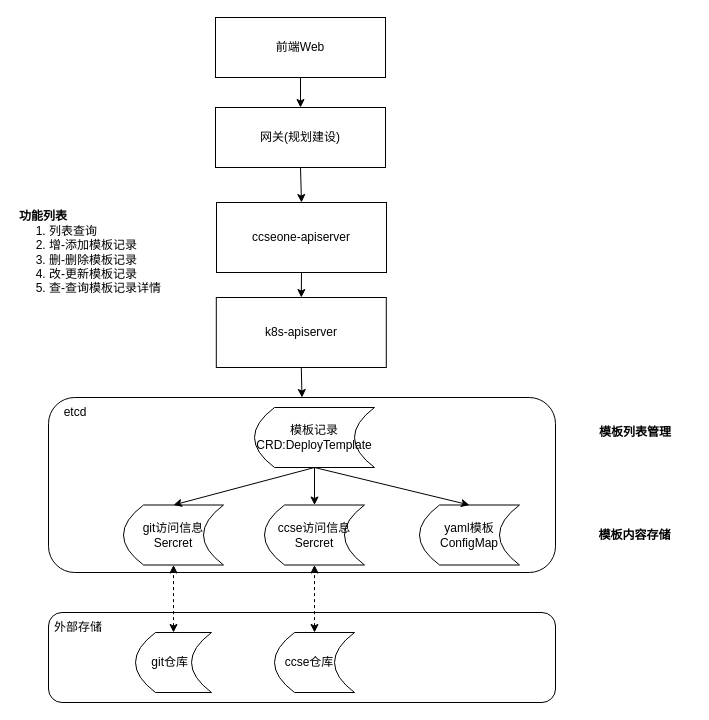
Before: page "架构图" (1 of 2) of drawio/ccse-模板仓库01.drawio in Tiny-VS-Lina/ccse, a draw.io diagram. Source tidied: cells renumbered, new cells numbered last; positions are measured from the earlier drawing's top-left corner, leaving out a move shared by most shapes. Both pictures are drawn from the tidied source at 100%, with x=0, y=0 at pixel (17, 17).
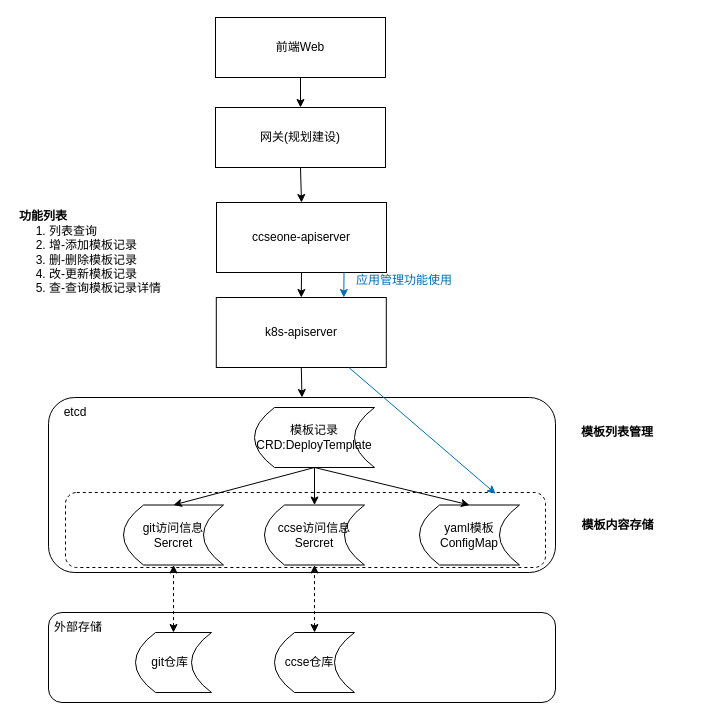
After the change.

Commit message:
更新ccse-模板仓库01.drawio

The change refers to these unchanged cells:
```xml
<mxCell id="2" style="group;" parent="1" vertex="1">
  <mxGeometry x="28" y="380" width="510" height="175" as="geometry" />
</mxCell>
<mxCell id="15" value="ccseone-apiserver" style="rounded=0;whiteSpace=wrap;html=1;" parent="1" vertex="1">
  <mxGeometry x="199" y="185" width="170" height="70" as="geometry" />
</mxCell>
<mxCell id="23" value="k8s-apiserver" style="rounded=0;whiteSpace=wrap;html=1;" parent="1" vertex="1">
  <mxGeometry x="198.8" y="280" width="170" height="70" as="geometry" />
</mxCell>
```

Change to the diagram source:
```diff
@@
-    <mxCell id="3" style="shape=umlActor;verticalLabelPosition=bottom;verticalAlign=top;html=1;" parent="2" vertex="1">
-      <mxGeometry x="260" width="30" height="60" as="geometry" />
-    </mxCell>
@@
+    <mxCell id="30" style="rounded=1;whiteSpace=wrap;html=1;dashed=1;" parent="2" vertex="1">
+      <mxGeometry x="20" y="95" width="480" height="75" as="geometry" />
+    </mxCell>
@@
-    <mxCell id="21" value="&lt;b&gt;模板内容存储&lt;/b&gt;" style="text;html=1;strokeColor=none;fillColor=none;align=center;verticalAlign=middle;whiteSpace=wrap;rounded=0;" parent="1" vertex="1">
-      <mxGeometry x="560" y="510" width="115" height="15" as="geometry" />
+    <mxCell id="21" value="&lt;b&gt;模板内容存储&lt;br&gt;&lt;/b&gt;" style="text;html=1;strokeColor=none;fillColor=none;align=center;verticalAlign=middle;whiteSpace=wrap;rounded=0;" parent="1" vertex="1">
+      <mxGeometry x="542.5" y="500" width="115" height="15" as="geometry" />
     </mxCell>
     <mxCell id="22" value="&lt;b&gt;模板列表管理&lt;/b&gt;" style="text;html=1;strokeColor=none;fillColor=none;align=center;verticalAlign=middle;whiteSpace=wrap;rounded=0;" parent="1" vertex="1">
-      <mxGeometry x="577.5" y="400" width="80" height="30" as="geometry" />
+      <mxGeometry x="560" y="400" width="80" height="30" as="geometry" />
     </mxCell>
@@
+    <mxCell id="31" style="endArrow=classic;html=1;rounded=0;exitX=0.75;exitY=1;exitDx=0;exitDy=0;entryX=0.75;entryY=0;entryDx=0;entryDy=0;fillColor=#1ba1e2;strokeColor=#006EAF;" parent="1" edge="1" source="15" target="23">
+      <mxGeometry relative="1" as="geometry" />
+    </mxCell>
+    <mxCell id="32" style="endArrow=classic;html=1;rounded=0;exitX=0.78;exitY=1;exitDx=0;exitDy=0;entryX=0.896;entryY=0.016;entryDx=0;entryDy=0;entryPerimeter=0;exitPerimeter=0;fillColor=#1ba1e2;strokeColor=#006EAF;" parent="1" edge="1" source="23" target="30">
+      <mxGeometry relative="1" as="geometry" />
+    </mxCell>
+    <mxCell id="33" value="&lt;font color=&quot;#006eaf&quot;&gt;应用管理功能使用&lt;/font&gt;" style="text;html=1;strokeColor=none;fillColor=none;align=center;verticalAlign=middle;whiteSpace=wrap;rounded=0;" parent="1" vertex="1">
+      <mxGeometry x="337" y="255" width="100" height="15" as="geometry" />
+    </mxCell>
```
